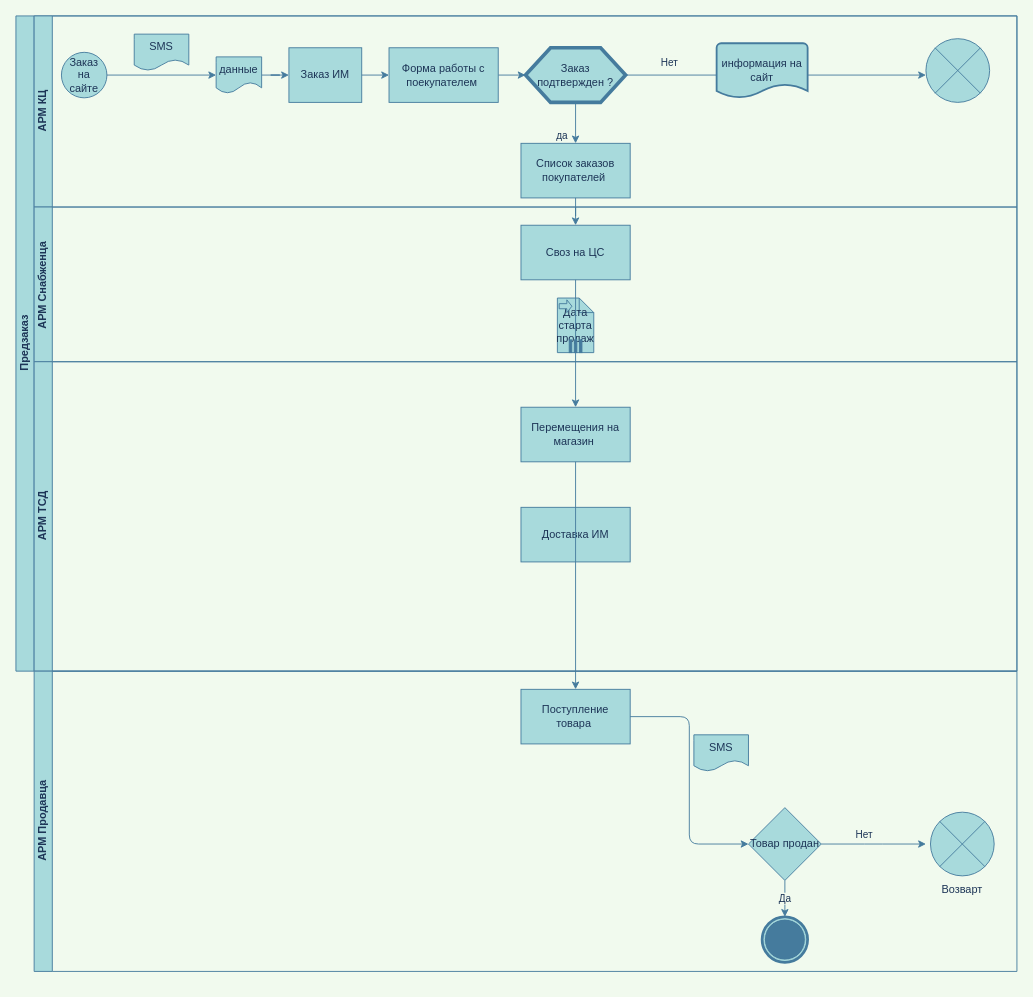
gleb-ehorich/gleb-ehorich keeps this draw.io diagram as Бизнес процесс Предзаказ.drawio. Above is the earlier version. Source tidied: cells renumbered, new cells numbered last; positions are measured from the earlier drawing's top-left corner, leaving out a move shared by most shapes. Both pictures are drawn from the tidied source at 91%, with x=0, y=0 at pixel (15, 15).
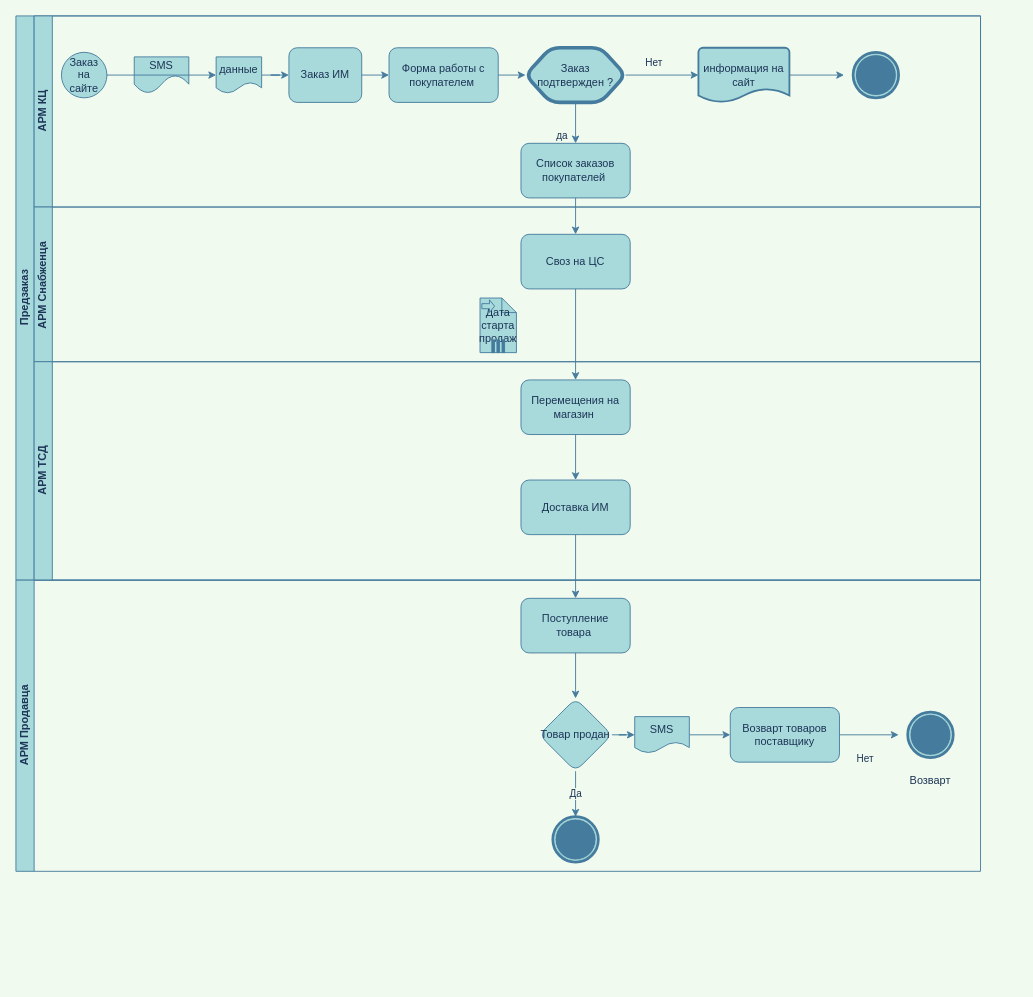
Above is the later version.

Unchanged cells that the change refers to:
```xml
<mxCell id="9" value="Заказ на сайте" style="ellipse;whiteSpace=wrap;html=1;fillColor=#A8DADC;strokeColor=#457B9D;fontColor=#1D3557;" parent="3" vertex="1">
  <mxGeometry x="30" y="40" width="50" height="50" as="geometry" />
</mxCell>
<mxCell id="18" value="данные" style="shape=document;whiteSpace=wrap;html=1;boundedLbl=1;rounded=0;sketch=0;fillColor=#A8DADC;strokeColor=#457B9D;fontColor=#1D3557;" parent="3" vertex="1">
  <mxGeometry x="200" y="45" width="50" height="40" as="geometry" />
</mxCell>
```

Diff of the diagram source:
```diff
@@
     <mxCell id="2" value="Предзаказ&lt;br&gt;" style="swimlane;html=1;horizontal=0;startSize=20;fillColor=#A8DADC;strokeColor=#457B9D;fontColor=#1D3557;" parent="1" vertex="1">
-      <mxGeometry width="1100" height="720" as="geometry" />
+      <mxGeometry width="1060" height="620" as="geometry" />
     </mxCell>
     <mxCell id="3" value="АРМ КЦ" style="swimlane;html=1;startSize=20;horizontal=0;fillColor=#A8DADC;strokeColor=#457B9D;fontColor=#1D3557;" parent="2" vertex="1">
-      <mxGeometry x="20" width="1080" height="210" as="geometry" />
+      <mxGeometry x="20" width="1040" height="210" as="geometry" />
     </mxCell>
-    <mxCell id="4" style="edgeStyle=orthogonalEdgeStyle;rounded=0;jettySize=auto;html=1;labelBackgroundColor=#F1FAEE;strokeColor=#457B9D;fontColor=#1D3557;" parent="3" edge="1" source="18" target="7">
+    <mxCell id="4" style="edgeStyle=orthogonalEdgeStyle;rounded=0;jettySize=auto;html=1;strokeColor=#457B9D;fontColor=#1D3557;labelBackgroundColor=#F1FAEE;" parent="3" edge="1" source="18" target="7">
       <mxGeometry relative="1" as="geometry" />
     </mxCell>
-    <mxCell id="5" value="да" style="edgeStyle=orthogonalEdgeStyle;rounded=0;jettySize=auto;html=1;entryX=0.5;entryY=0;entryDx=0;entryDy=0;labelBackgroundColor=#F1FAEE;strokeColor=#457B9D;fontColor=#1D3557;" parent="3" edge="1" source="8" target="19">
+    <mxCell id="5" value="да" style="edgeStyle=orthogonalEdgeStyle;rounded=0;jettySize=auto;html=1;entryX=0.5;entryY=0;entryDx=0;entryDy=0;strokeColor=#457B9D;fontColor=#1D3557;labelBackgroundColor=#F1FAEE;" parent="3" edge="1" source="8" target="19">
       <mxGeometry x="0.64" y="-15" relative="1" as="geometry" />
     </mxCell>
-    <mxCell id="6" value="SMS" style="shape=document;whiteSpace=wrap;html=1;boundedLbl=1;rounded=0;sketch=0;fillColor=#A8DADC;strokeColor=#457B9D;fontColor=#1D3557;" parent="3" vertex="1">
-      <mxGeometry x="110" y="20" width="60" height="40" as="geometry" />
-    </mxCell>
+    <mxCell id="44" value="&lt;font color=&quot;#000000&quot;&gt;&lt;br&gt;&lt;/font&gt;" style="shape=mxgraph.bpmn.shape;html=1;verticalLabelPosition=bottom;verticalAlign=top;align=center;perimeter=ellipsePerimeter;outline=end;symbol=terminate;rounded=0;sketch=0;fillColor=#A8DADC;strokeColor=#457B9D;fontColor=#1D3557;" parent="3" vertex="1">
+      <mxGeometry x="900" y="40" width="50" height="50" as="geometry" />
+    </mxCell>
-    <mxCell id="7" value="Заказ ИМ" style="rounded=0;whiteSpace=wrap;html=1;fontFamily=Helvetica;fontSize=12;align=center;fillColor=#A8DADC;strokeColor=#457B9D;fontColor=#1D3557;" parent="3" vertex="1">
+    <mxCell id="7" value="Заказ ИМ" style="rounded=1;whiteSpace=wrap;html=1;fontFamily=Helvetica;fontSize=12;align=center;fillColor=#A8DADC;strokeColor=#457B9D;fontColor=#1D3557;" parent="3" vertex="1">
       <mxGeometry x="280" y="35" width="80" height="60" as="geometry" />
     </mxCell>
-    <mxCell id="8" value="Заказ подтвержден ?" style="shape=hexagon;html=1;whiteSpace=wrap;perimeter=hexagonPerimeter;strokeWidth=4;rounded=0;fillColor=#A8DADC;strokeColor=#457B9D;fontColor=#1D3557;" parent="3" vertex="1">
+    <mxCell id="8" value="Заказ подтвержден ?" style="shape=hexagon;html=1;whiteSpace=wrap;perimeter=hexagonPerimeter;strokeWidth=4;rounded=1;fillColor=#A8DADC;strokeColor=#457B9D;fontColor=#1D3557;" parent="3" vertex="1">
       <mxGeometry x="540" y="35" width="110" height="60" as="geometry" />
     </mxCell>
@@
-    <mxCell id="10" style="endArrow=classic;html=1;entryX=0;entryY=0.5;entryDx=0;entryDy=0;labelBackgroundColor=#F1FAEE;strokeColor=#457B9D;fontColor=#1D3557;" parent="3" edge="1" source="17" target="8">
+    <mxCell id="10" style="endArrow=classic;html=1;entryX=0;entryY=0.5;entryDx=0;entryDy=0;strokeColor=#457B9D;fontColor=#1D3557;labelBackgroundColor=#F1FAEE;" parent="3" edge="1" source="17" target="8">
       <mxGeometry relative="1" as="geometry" />
     </mxCell>
-    <mxCell id="11" style="edgeStyle=orthogonalEdgeStyle;rounded=0;orthogonalLoop=1;jettySize=auto;html=1;exitX=1;exitY=0.5;exitDx=0;exitDy=0;entryX=0;entryY=0.5;entryDx=0;entryDy=0;labelBackgroundColor=#F1FAEE;strokeColor=#457B9D;fontColor=#1D3557;" parent="3" edge="1">
+    <mxCell id="11" style="edgeStyle=orthogonalEdgeStyle;rounded=0;orthogonalLoop=1;jettySize=auto;html=1;exitX=1;exitY=0.5;exitDx=0;exitDy=0;entryX=0;entryY=0.5;entryDx=0;entryDy=0;strokeColor=#457B9D;fontColor=#1D3557;labelBackgroundColor=#F1FAEE;" parent="3" edge="1">
       <mxGeometry relative="1" as="geometry">
         <mxPoint x="590" y="64.8" as="sourcePoint" />
         <mxPoint x="590" y="65" as="targetPoint" />
       </mxGeometry>
     </mxCell>
-    <mxCell id="12" value="Нет" style="edgeLabel;html=1;align=center;verticalAlign=middle;labelBackgroundColor=#F1FAEE;fontColor=#1D3557;" parent="11" vertex="1">
+    <mxCell id="12" value="Нет" style="edgeLabel;html=1;align=center;verticalAlign=middle;fontColor=#1D3557;labelBackgroundColor=#F1FAEE;" parent="11" vertex="1">
       <mxGeometry x="-0.2" y="1" relative="1" as="geometry">
-        <mxPoint x="106" y="-14.8" as="offset" />
+        <mxPoint x="89" y="-14.8" as="offset" />
       </mxGeometry>
     </mxCell>
-    <mxCell id="13" style="endArrow=classic;html=1;labelBackgroundColor=#F1FAEE;strokeColor=#457B9D;fontColor=#1D3557;" parent="3" edge="1" source="8">
+    <mxCell id="13" style="endArrow=classic;html=1;strokeColor=#457B9D;fontColor=#1D3557;labelBackgroundColor=#F1FAEE;" parent="3" edge="1" source="16">
       <mxGeometry relative="1" as="geometry">
-        <mxPoint x="980" y="65" as="targetPoint" />
+        <mxPoint x="890" y="65" as="targetPoint" />
       </mxGeometry>
     </mxCell>
-    <mxCell id="14" style="verticalLabelPosition=bottom;verticalAlign=top;html=1;shape=mxgraph.flowchart.or;fillColor=#A8DADC;strokeColor=#457B9D;fontColor=#1D3557;" parent="3" vertex="1">
-      <mxGeometry x="980" y="25" width="70" height="70" as="geometry" />
-    </mxCell>
-    <mxCell id="15" style="endArrow=classic;html=1;entryX=0;entryY=0.5;entryDx=0;entryDy=0;labelBackgroundColor=#F1FAEE;strokeColor=#457B9D;fontColor=#1D3557;" parent="3" edge="1" source="7" target="17">
+    <mxCell id="15" style="endArrow=classic;html=1;entryX=0;entryY=0.5;entryDx=0;entryDy=0;strokeColor=#457B9D;fontColor=#1D3557;labelBackgroundColor=#F1FAEE;" parent="3" edge="1" source="7" target="17">
       <mxGeometry relative="1" as="geometry" />
     </mxCell>
-    <mxCell id="16" value="информация на сайт" style="strokeWidth=2;html=1;shape=mxgraph.flowchart.document2;whiteSpace=wrap;size=0.25;fillColor=#A8DADC;strokeColor=#457B9D;fontColor=#1D3557;" parent="3" vertex="1">
-      <mxGeometry x="750" y="30" width="100" height="60" as="geometry" />
-    </mxCell>
-    <mxCell id="17" value="Форма работы с поекупателем&amp;nbsp;" style="rounded=0;whiteSpace=wrap;html=1;sketch=0;fillColor=#A8DADC;strokeColor=#457B9D;fontColor=#1D3557;" parent="3" vertex="1">
+    <mxCell id="17" value="Форма работы с покупателем&amp;nbsp;" style="rounded=1;whiteSpace=wrap;html=1;sketch=0;fillColor=#A8DADC;strokeColor=#457B9D;fontColor=#1D3557;" parent="3" vertex="1">
       <mxGeometry x="390" y="35" width="120" height="60" as="geometry" />
     </mxCell>
@@
+    <mxCell id="16" value="информация на сайт" style="strokeWidth=2;html=1;shape=mxgraph.flowchart.document2;whiteSpace=wrap;size=0.25;fillColor=#A8DADC;strokeColor=#457B9D;fontColor=#1D3557;" parent="3" vertex="1">
+      <mxGeometry x="730" y="35" width="100" height="60" as="geometry" />
+    </mxCell>
+    <mxCell id="6" value="SMS" style="shape=document;whiteSpace=wrap;html=1;boundedLbl=1;rounded=0;sketch=0;fillColor=#A8DADC;strokeColor=#457B9D;fontColor=#1D3557;size=0.5;" parent="3" vertex="1">
+      <mxGeometry x="110" y="45" width="60" height="40" as="geometry" />
+    </mxCell>
-    <mxCell id="19" value="Список заказов покупателей&amp;nbsp;" style="rounded=0;whiteSpace=wrap;html=1;fillColor=#A8DADC;strokeColor=#457B9D;fontColor=#1D3557;" parent="3" vertex="1">
+    <mxCell id="19" value="Список заказов покупателей&amp;nbsp;" style="rounded=1;whiteSpace=wrap;html=1;fillColor=#A8DADC;strokeColor=#457B9D;fontColor=#1D3557;" parent="3" vertex="1">
       <mxGeometry x="535" y="140" width="120" height="60" as="geometry" />
     </mxCell>
-    <mxCell id="20" style="edgeStyle=orthogonalEdgeStyle;rounded=0;jettySize=auto;html=1;labelBackgroundColor=#F1FAEE;strokeColor=#457B9D;fontColor=#1D3557;" parent="3" edge="1" source="9" target="18">
+    <mxCell id="20" style="edgeStyle=orthogonalEdgeStyle;rounded=0;jettySize=auto;html=1;strokeColor=#457B9D;fontColor=#1D3557;labelBackgroundColor=#F1FAEE;" parent="3" edge="1" source="9" target="18">
       <mxGeometry relative="1" as="geometry" />
     </mxCell>
+    <mxCell id="45" style="endArrow=classic;html=1;strokeColor=#457B9D;fontColor=#1D3557;labelBackgroundColor=#F1FAEE;" parent="3" edge="1" source="8" target="16">
+      <mxGeometry relative="1" as="geometry" />
+    </mxCell>
     <mxCell id="21" value="АРМ Снабженца&amp;nbsp;" style="swimlane;html=1;startSize=20;horizontal=0;fillColor=#A8DADC;strokeColor=#457B9D;fontColor=#1D3557;" parent="2" vertex="1">
-      <mxGeometry x="20" y="210" width="1080" height="170" as="geometry" />
+      <mxGeometry x="20" y="210" width="1040" height="170" as="geometry" />
     </mxCell>
-    <mxCell id="22" value="Своз на ЦС" style="whiteSpace=wrap;html=1;rounded=0;fillColor=#A8DADC;strokeColor=#457B9D;fontColor=#1D3557;" parent="21" vertex="1">
-      <mxGeometry x="535" y="20" width="120" height="60" as="geometry" />
+    <mxCell id="22" value="Своз на ЦС" style="whiteSpace=wrap;html=1;rounded=1;fillColor=#A8DADC;strokeColor=#457B9D;fontColor=#1D3557;" parent="21" vertex="1">
+      <mxGeometry x="535" y="30" width="120" height="60" as="geometry" />
     </mxCell>
     <mxCell id="23" value="Дата старта продаж" style="shape=note;whiteSpace=wrap;size=16;html=1;rounded=0;sketch=0;fillColor=#A8DADC;strokeColor=#457B9D;fontColor=#1D3557;" parent="21" vertex="1">
-      <mxGeometry x="575" y="100" width="40" height="60" as="geometry" />
+      <mxGeometry x="490" y="100" width="40" height="60" as="geometry" />
     </mxCell>
@@
-    <mxCell id="26" style="edgeStyle=orthogonalEdgeStyle;rounded=0;jettySize=auto;html=1;labelBackgroundColor=#F1FAEE;strokeColor=#457B9D;fontColor=#1D3557;" parent="2" edge="1" source="19" target="22">
+    <mxCell id="26" style="edgeStyle=orthogonalEdgeStyle;rounded=0;jettySize=auto;html=1;strokeColor=#457B9D;fontColor=#1D3557;labelBackgroundColor=#F1FAEE;" parent="2" edge="1" source="19" target="22">
       <mxGeometry relative="1" as="geometry" />
     </mxCell>
-    <mxCell id="27" style="edgeStyle=orthogonalEdgeStyle;rounded=0;jettySize=auto;html=1;labelBackgroundColor=#F1FAEE;strokeColor=#457B9D;fontColor=#1D3557;" parent="2" edge="1" source="22" target="29">
+    <mxCell id="27" style="edgeStyle=orthogonalEdgeStyle;rounded=0;jettySize=auto;html=1;strokeColor=#457B9D;fontColor=#1D3557;labelBackgroundColor=#F1FAEE;" parent="2" edge="1" source="22" target="29">
       <mxGeometry relative="1" as="geometry" />
     </mxCell>
     <mxCell id="28" value="АРМ ТСД" style="swimlane;html=1;startSize=20;horizontal=0;fillColor=#A8DADC;strokeColor=#457B9D;fontColor=#1D3557;" parent="2" vertex="1">
-      <mxGeometry x="20" y="380" width="1080" height="340" as="geometry" />
+      <mxGeometry x="20" y="380" width="1040" height="240" as="geometry" />
     </mxCell>
-    <mxCell id="29" value="Перемещения на магазин&amp;nbsp;" style="whiteSpace=wrap;html=1;rounded=0;fillColor=#A8DADC;strokeColor=#457B9D;fontColor=#1D3557;" parent="28" vertex="1">
-      <mxGeometry x="535" y="50" width="120" height="60" as="geometry" />
+    <mxCell id="29" value="Перемещения на магазин&amp;nbsp;" style="whiteSpace=wrap;html=1;rounded=1;fillColor=#A8DADC;strokeColor=#457B9D;fontColor=#1D3557;" parent="28" vertex="1">
+      <mxGeometry x="535" y="20" width="120" height="60" as="geometry" />
     </mxCell>
-    <mxCell id="30" value="Доставка ИМ" style="rounded=0;whiteSpace=wrap;html=1;sketch=0;fillColor=#A8DADC;strokeColor=#457B9D;fontColor=#1D3557;" parent="28" vertex="1">
-      <mxGeometry x="535" y="160" width="120" height="60" as="geometry" />
+    <mxCell id="30" value="Доставка ИМ" style="rounded=1;whiteSpace=wrap;html=1;sketch=0;fillColor=#A8DADC;strokeColor=#457B9D;fontColor=#1D3557;" parent="28" vertex="1">
+      <mxGeometry x="535" y="130" width="120" height="60" as="geometry" />
     </mxCell>
+    <mxCell id="46" style="endArrow=classic;html=1;strokeColor=#457B9D;fillColor=#A8DADC;fontColor=#1D3557;exitX=0.5;exitY=1;exitDx=0;exitDy=0;entryX=0.5;entryY=0;entryDx=0;entryDy=0;" parent="28" edge="1" source="29" target="30">
+      <mxGeometry relative="1" as="geometry" />
+    </mxCell>
     <mxCell id="31" value="АРМ Продавца" style="swimlane;html=1;startSize=20;horizontal=0;fillColor=#A8DADC;strokeColor=#457B9D;fontColor=#1D3557;" parent="1" vertex="1">
-      <mxGeometry x="20" y="720" width="1080" height="330" as="geometry" />
+      <mxGeometry y="620" width="1060" height="320" as="geometry" />
     </mxCell>
-    <mxCell id="32" style="edgeStyle=orthogonalEdgeStyle;curved=0;rounded=1;sketch=0;jettySize=auto;html=1;labelBackgroundColor=#F1FAEE;strokeColor=#457B9D;fontColor=#1D3557;" parent="31" edge="1" source="36">
+    <mxCell id="32" style="edgeStyle=orthogonalEdgeStyle;curved=0;rounded=1;sketch=0;jettySize=auto;html=1;strokeColor=#457B9D;fontColor=#1D3557;entryX=0;entryY=0.5;entryDx=0;entryDy=0;entryPerimeter=0;labelBackgroundColor=#F1FAEE;" parent="31" edge="1" source="47">
       <mxGeometry relative="1" as="geometry">
-        <mxPoint x="980" y="190" as="targetPoint" />
+        <mxPoint x="970" y="170" as="targetPoint" />
       </mxGeometry>
     </mxCell>
-    <mxCell id="33" value="Да" style="edgeStyle=orthogonalEdgeStyle;curved=0;rounded=1;sketch=0;jettySize=auto;html=1;labelBackgroundColor=#F1FAEE;strokeColor=#457B9D;fontColor=#1D3557;" parent="31" edge="1" source="36" target="40">
+    <mxCell id="33" value="Да" style="edgeStyle=orthogonalEdgeStyle;curved=0;rounded=1;sketch=0;jettySize=auto;html=1;strokeColor=#457B9D;fontColor=#1D3557;labelBackgroundColor=#F1FAEE;" parent="31" edge="1" source="36" target="40">
       <mxGeometry relative="1" as="geometry" />
     </mxCell>
-    <mxCell id="34" value="Нет" style="edgeLabel;html=1;align=center;verticalAlign=middle;labelBackgroundColor=#F1FAEE;fontColor=#1D3557;" parent="31" vertex="1">
+    <mxCell id="34" value="Нет" style="edgeLabel;html=1;align=center;verticalAlign=middle;fontColor=#1D3557;labelBackgroundColor=#F1FAEE;" parent="31" vertex="1">
       <mxGeometry x="900" y="-10" as="geometry">
-        <mxPoint x="11" y="189" as="offset" />
+        <mxPoint x="32" y="205" as="offset" />
       </mxGeometry>
     </mxCell>
-    <mxCell id="35" value="Поступление товара&amp;nbsp;" style="whiteSpace=wrap;html=1;rounded=0;fillColor=#A8DADC;strokeColor=#457B9D;fontColor=#1D3557;" parent="31" vertex="1">
-      <mxGeometry x="535" y="20" width="120" height="60" as="geometry" />
+    <mxCell id="35" value="Поступление товара&amp;nbsp;" style="whiteSpace=wrap;html=1;rounded=1;fillColor=#A8DADC;strokeColor=#457B9D;fontColor=#1D3557;" parent="31" vertex="1">
+      <mxGeometry x="555" y="20" width="120" height="60" as="geometry" />
     </mxCell>
-    <mxCell id="36" value="Товар продан" style="rhombus;whiteSpace=wrap;html=1;rounded=0;fillColor=#A8DADC;strokeColor=#457B9D;fontColor=#1D3557;" parent="31" vertex="1">
-      <mxGeometry x="785" y="150" width="80" height="80" as="geometry" />
+    <mxCell id="36" value="Товар продан" style="rhombus;whiteSpace=wrap;html=1;rounded=1;fillColor=#A8DADC;strokeColor=#457B9D;fontColor=#1D3557;" parent="31" vertex="1">
+      <mxGeometry x="575" y="130" width="80" height="80" as="geometry" />
     </mxCell>
-    <mxCell id="37" style="edgeStyle=orthogonalEdgeStyle;curved=0;rounded=1;sketch=0;jettySize=auto;html=1;entryX=0;entryY=0.5;entryDx=0;entryDy=0;labelBackgroundColor=#F1FAEE;strokeColor=#457B9D;fontColor=#1D3557;" parent="31" edge="1" source="35" target="36">
+    <mxCell id="37" style="edgeStyle=orthogonalEdgeStyle;curved=0;rounded=1;sketch=0;jettySize=auto;html=1;entryX=0.5;entryY=0;entryDx=0;entryDy=0;strokeColor=#457B9D;fontColor=#1D3557;labelBackgroundColor=#F1FAEE;" parent="31" edge="1" source="35" target="36">
       <mxGeometry relative="1" as="geometry" />
     </mxCell>
-    <mxCell id="38" style="verticalLabelPosition=bottom;verticalAlign=top;html=1;shape=mxgraph.flowchart.or;fillColor=#A8DADC;strokeColor=#457B9D;fontColor=#1D3557;" parent="31" vertex="1">
-      <mxGeometry x="985" y="155" width="70" height="70" as="geometry" />
-    </mxCell>
     <mxCell id="39" value="Возварт" style="text;html=1;strokeColor=none;fillColor=none;align=center;verticalAlign=middle;whiteSpace=wrap;rounded=0;sketch=0;fontColor=#1D3557;" parent="31" vertex="1">
-      <mxGeometry x="1000" y="230" width="40" height="20" as="geometry" />
+      <mxGeometry x="985" y="210" width="40" height="20" as="geometry" />
     </mxCell>
     <mxCell id="40" value="&lt;font color=&quot;#000000&quot;&gt;&lt;br&gt;&lt;/font&gt;" style="shape=mxgraph.bpmn.shape;html=1;verticalLabelPosition=bottom;verticalAlign=top;align=center;perimeter=ellipsePerimeter;outlineConnect=0;outline=end;symbol=terminate;rounded=0;sketch=0;fillColor=#A8DADC;strokeColor=#457B9D;fontColor=#1D3557;" parent="31" vertex="1">
-      <mxGeometry x="800" y="270" width="50" height="50" as="geometry" />
+      <mxGeometry x="590" y="260" width="50" height="50" as="geometry" />
     </mxCell>
-    <mxCell id="41" style="edgeStyle=orthogonalEdgeStyle;curved=0;rounded=1;sketch=0;orthogonalLoop=1;jettySize=auto;html=1;exitX=0.5;exitY=1;exitDx=0;exitDy=0;labelBackgroundColor=#F1FAEE;strokeColor=#457B9D;fontColor=#1D3557;" parent="31" edge="1" source="35" target="35">
+    <mxCell id="41" style="edgeStyle=orthogonalEdgeStyle;curved=0;rounded=1;sketch=0;orthogonalLoop=1;jettySize=auto;html=1;exitX=0.5;exitY=1;exitDx=0;exitDy=0;strokeColor=#457B9D;fontColor=#1D3557;labelBackgroundColor=#F1FAEE;" parent="31" edge="1" source="35" target="35">
       <mxGeometry relative="1" as="geometry" />
     </mxCell>
+    <mxCell id="47" value="Возварт товаров поставщику" style="rounded=1;whiteSpace=wrap;html=1;fillColor=#A8DADC;strokeColor=#457B9D;fontColor=#1D3557;" parent="31" vertex="1">
+      <mxGeometry x="785" y="140" width="120" height="60" as="geometry" />
+    </mxCell>
+    <mxCell id="48" style="edgeStyle=orthogonalEdgeStyle;curved=0;rounded=1;sketch=0;jettySize=auto;html=1;strokeColor=#457B9D;fontColor=#1D3557;entryX=0;entryY=0.5;entryDx=0;entryDy=0;entryPerimeter=0;labelBackgroundColor=#F1FAEE;" parent="31" edge="1" source="42" target="47">
+      <mxGeometry relative="1" as="geometry" />
+    </mxCell>
+    <mxCell id="49" value="&lt;font color=&quot;#000000&quot;&gt;&lt;br&gt;&lt;/font&gt;" style="shape=mxgraph.bpmn.shape;html=1;verticalLabelPosition=bottom;verticalAlign=top;align=center;perimeter=ellipsePerimeter;outline=end;symbol=terminate;rounded=0;sketch=0;fillColor=#A8DADC;strokeColor=#457B9D;fontColor=#1D3557;" parent="31" vertex="1">
+      <mxGeometry x="980" y="145" width="50" height="50" as="geometry" />
+    </mxCell>
     <mxCell id="42" value="SMS" style="shape=document;whiteSpace=wrap;html=1;boundedLbl=1;rounded=0;sketch=0;fillColor=#A8DADC;strokeColor=#457B9D;fontColor=#1D3557;" parent="31" vertex="1">
-      <mxGeometry x="725" y="70" width="60" height="40" as="geometry" />
+      <mxGeometry x="680" y="150" width="60" height="40" as="geometry" />
     </mxCell>
+    <mxCell id="50" style="edgeStyle=orthogonalEdgeStyle;curved=0;rounded=1;sketch=0;jettySize=auto;html=1;strokeColor=#457B9D;fontColor=#1D3557;entryX=0;entryY=0.5;entryDx=0;entryDy=0;entryPerimeter=0;labelBackgroundColor=#F1FAEE;" parent="31" edge="1" source="36" target="42">
+      <mxGeometry relative="1" as="geometry" />
+    </mxCell>
-    <mxCell id="43" style="edgeStyle=orthogonalEdgeStyle;curved=0;rounded=1;sketch=0;jettySize=auto;html=1;labelBackgroundColor=#F1FAEE;strokeColor=#457B9D;fontColor=#1D3557;" parent="1" edge="1" source="29" target="35">
+    <mxCell id="43" style="edgeStyle=orthogonalEdgeStyle;curved=0;rounded=1;sketch=0;jettySize=auto;html=1;strokeColor=#457B9D;fontColor=#1D3557;labelBackgroundColor=#F1FAEE;exitX=0.5;exitY=1;exitDx=0;exitDy=0;" parent="1" edge="1" source="30" target="35">
       <mxGeometry relative="1" as="geometry" />
     </mxCell>
```
